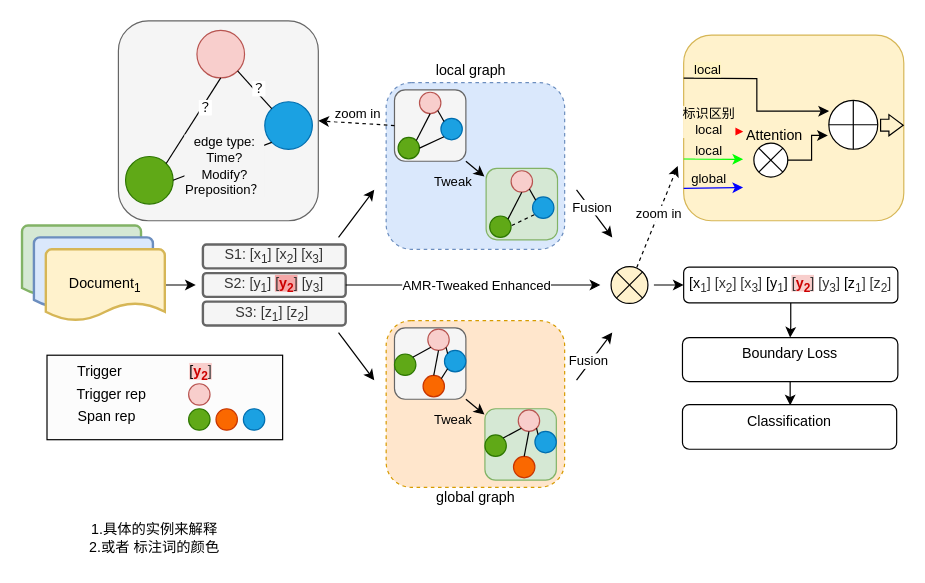
The draw.io diagram model-modify.drawio in crawlerWPS/drawing, before the edit. Source tidied: cells renumbered, new cells numbered last; positions are measured from the earlier drawing's top-left corner, leaving out a move shared by most shapes. Both pictures are drawn from the tidied source at 119%, with x=0, y=0 at pixel (21, 20).
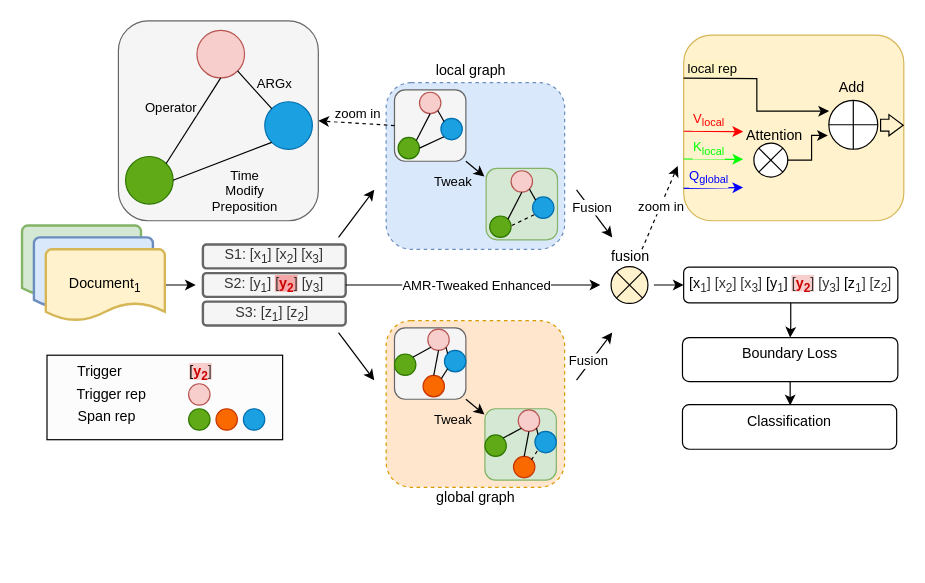
After the change.

Unchanged cells that the change refers to:
```xml
<mxCell id="53" style="endArrow=none;html=1;rounded=0;entryX=0.5;entryY=1;entryDx=0;entryDy=0;exitX=1;exitY=0;exitDx=0;exitDy=0;" parent="1" edge="1" source="52" target="50">
  <mxGeometry relative="1" as="geometry" />
</mxCell>
<mxCell id="55" style="endArrow=none;html=1;rounded=0;entryX=0;entryY=1;entryDx=0;entryDy=0;exitX=1;exitY=0.5;exitDx=0;exitDy=0;" parent="1" edge="1" source="52" target="51">
  <mxGeometry relative="1" as="geometry" />
</mxCell>
<mxCell id="57" style="endArrow=none;html=1;rounded=0;entryX=0;entryY=0;entryDx=0;entryDy=0;exitX=1;exitY=1;exitDx=0;exitDy=0;" parent="1" edge="1" source="50" target="51">
  <mxGeometry relative="1" as="geometry" />
</mxCell>
<mxCell id="82" style="shape=sumEllipse;perimeter=ellipsePerimeter;whiteSpace=wrap;html=1;backgroundOutline=1;fillColor=#fff2cc;strokeColor=#000000;" parent="1" vertex="1">
  <mxGeometry x="495" y="206.5" width="31" height="31" as="geometry" />
</mxCell>
<mxCell id="86" style="endArrow=classic;html=1;rounded=0;strokeColor=#ff0000;" parent="1" edge="1">
  <mxGeometry relative="1" as="geometry">
    <mxPoint x="556" y="92.8" as="sourcePoint" />
    <mxPoint x="606" y="93.1" as="targetPoint" />
  </mxGeometry>
</mxCell>
<mxCell id="88" style="endArrow=classic;html=1;rounded=0;strokeColor=#0000ff;" parent="1" edge="1">
  <mxGeometry relative="1" as="geometry">
    <mxPoint x="556" y="140.8" as="sourcePoint" />
    <mxPoint x="606" y="140.1" as="targetPoint" />
  </mxGeometry>
</mxCell>
<mxCell id="90" style="endArrow=classic;html=1;rounded=0;entryX=0.004;entryY=0.221;entryDx=0;entryDy=0;edgeStyle=orthogonalEdgeStyle;entryPerimeter=0;" parent="1" edge="1" target="93">
  <mxGeometry relative="1" as="geometry">
    <mxPoint x="556" y="48.1" as="sourcePoint" />
  </mxGeometry>
</mxCell>
<mxCell id="94" style="endArrow=classic;html=1;rounded=0;strokeColor=#00ff00;" parent="1" edge="1">
  <mxGeometry relative="1" as="geometry">
    <mxPoint x="556" y="116.1" as="sourcePoint" />
    <mxPoint x="606" y="116.4" as="targetPoint" />
  </mxGeometry>
</mxCell>
```

Diff of the diagram source:
```diff
@@
-    <mxCell id="54" value="？" style="edgeLabel;html=1;align=center;verticalAlign=middle;" parent="53" vertex="1">
-      <mxGeometry x="0.34" y="-2" relative="1" as="geometry" />
+    <mxCell id="54" value="Operator" style="edgeLabel;html=1;align=center;verticalAlign=middle;labelBackgroundColor=#f5f5f5;" parent="53" vertex="1">
+      <mxGeometry x="0.34" y="-2" relative="1" as="geometry">
+        <mxPoint x="-29" as="offset" />
+      </mxGeometry>
     </mxCell>
@@
-    <mxCell id="56" value="edge type:&lt;br&gt;Time?&lt;br&gt;Modify?&lt;br&gt;Preposition？" style="edgeLabel;html=1;align=center;verticalAlign=middle;labelBackgroundColor=#f5f5f5;" parent="55" vertex="1">
+    <mxCell id="56" value="Time&lt;br&gt;Modify&lt;br&gt;Preposition" style="edgeLabel;html=1;align=center;verticalAlign=middle;labelBackgroundColor=#f5f5f5;" parent="55" vertex="1">
       <mxGeometry x="0.38" y="-2" relative="1" as="geometry">
-        <mxPoint x="-15" y="8" as="offset" />
+        <mxPoint x="2" y="29" as="offset" />
       </mxGeometry>
     </mxCell>
@@
-    <mxCell id="58" value="？" style="edgeLabel;html=1;align=center;verticalAlign=middle;" parent="57" vertex="1">
-      <mxGeometry x="0.05" y="3" relative="1" as="geometry" />
+    <mxCell id="58" value="ARGx" style="edgeLabel;html=1;align=center;verticalAlign=middle;labelBackgroundColor=#f5f5f5;" parent="57" vertex="1">
+      <mxGeometry x="0.05" y="3" relative="1" as="geometry">
+        <mxPoint x="13" y="-4" as="offset" />
+      </mxGeometry>
     </mxCell>
@@
     <mxCell id="77" value="Span rep" style="text;html=1;strokeColor=none;fillColor=none;align=center;verticalAlign=middle;whiteSpace=wrap;rounded=0;" parent="1" vertex="1">
-      <mxGeometry x="30.5" y="318" width="81" height="30" as="geometry" />
+      <mxGeometry x="30.5" y="321" width="81" height="24" as="geometry" />
     </mxCell>
@@
-    <mxCell id="83" style="endArrow=classic;html=1;rounded=0;dashed=1;exitX=0.696;exitY=0.025;exitDx=0;exitDy=0;exitPerimeter=0;" parent="1" edge="1" source="82">
+    <mxCell id="83" style="endArrow=classic;html=1;rounded=0;dashed=1;" parent="1" edge="1">
       <mxGeometry relative="1" as="geometry">
+        <mxPoint x="521" y="192" as="sourcePoint" />
         <mxPoint x="551" y="122" as="targetPoint" />
       </mxGeometry>
     </mxCell>
@@
-    <mxCell id="87" value="标识区别&lt;br&gt;local" style="edgeLabel;html=1;align=center;verticalAlign=middle;labelBackgroundColor=#fff2cc;" parent="86" vertex="1">
+    <mxCell id="87" value="&lt;font color=&quot;#ff0000&quot;&gt;V&lt;sub&gt;local&lt;/sub&gt;&lt;/font&gt;" style="edgeLabel;html=1;align=center;verticalAlign=middle;labelBackgroundColor=#fff2cc;" parent="86" vertex="1">
       <mxGeometry x="-0.38" y="1" relative="1" as="geometry">
-        <mxPoint x="4" y="-7" as="offset" />
+        <mxPoint x="4" y="-8" as="offset" />
       </mxGeometry>
     </mxCell>
@@
-    <mxCell id="89" value="global" style="edgeLabel;html=1;align=center;verticalAlign=middle;labelBackgroundColor=#fff2cc;" parent="88" vertex="1">
+    <mxCell id="89" value="&lt;font color=&quot;#0000ff&quot;&gt;Q&lt;sub&gt;global&lt;/sub&gt;&lt;/font&gt;" style="edgeLabel;html=1;align=center;verticalAlign=middle;labelBackgroundColor=#fff2cc;" parent="88" vertex="1">
       <mxGeometry x="-0.32" y="1" relative="1" as="geometry">
-        <mxPoint x="4" y="-7" as="offset" />
+        <mxPoint x="4" y="-8" as="offset" />
       </mxGeometry>
     </mxCell>
@@
-    <mxCell id="91" value="local" style="edgeLabel;html=1;align=center;verticalAlign=middle;labelBackgroundColor=#FFF4C3;" parent="90" vertex="1">
+    <mxCell id="91" value="local rep" style="edgeLabel;html=1;align=center;verticalAlign=middle;labelBackgroundColor=#FFF4C3;" parent="90" vertex="1">
       <mxGeometry x="-0.43" relative="1" as="geometry">
-        <mxPoint x="-23" y="-8" as="offset" />
+        <mxPoint x="-19" y="-9" as="offset" />
       </mxGeometry>
     </mxCell>
@@
-    <mxCell id="95" value="local" style="edgeLabel;html=1;align=center;verticalAlign=middle;labelBackgroundColor=#fff2cc;" parent="94" vertex="1">
+    <mxCell id="95" value="&lt;font color=&quot;#00ff00&quot;&gt;K&lt;sub style=&quot;&quot;&gt;local&lt;/sub&gt;&lt;/font&gt;" style="edgeLabel;html=1;align=center;verticalAlign=middle;labelBackgroundColor=#fff2cc;" parent="94" vertex="1">
       <mxGeometry x="-0.38" y="1" relative="1" as="geometry">
-        <mxPoint x="4" y="-7" as="offset" />
+        <mxPoint x="4" y="-8" as="offset" />
       </mxGeometry>
     </mxCell>
@@
-    <mxCell id="100" value="1.具体的实例来解释&lt;br&gt;2.或者 标注词的颜色" style="text;html=1;align=center;verticalAlign=middle;strokeColor=none;fillColor=none;" parent="1" vertex="1">
-      <mxGeometry x="46" y="415" width="130" height="40" as="geometry" />
-    </mxCell>
+    <mxCell id="101" value="fusion" style="text;html=1;align=center;verticalAlign=middle;strokeColor=none;fillColor=none;" parent="1" vertex="1">
+      <mxGeometry x="480.5" y="183" width="60" height="30" as="geometry" />
+    </mxCell>
+    <mxCell id="102" value="Add" style="text;html=1;align=center;verticalAlign=middle;strokeColor=none;fillColor=none;" parent="1" vertex="1">
+      <mxGeometry x="677" y="41" width="40" height="30" as="geometry" />
+    </mxCell>
+    <mxCell id="103" style="endArrow=none;html=1;rounded=0;entryX=0;entryY=1;entryDx=0;entryDy=0;exitX=1;exitY=0;exitDx=0;exitDy=0;dashed=1;" parent="1" edge="1">
+      <mxGeometry relative="1" as="geometry">
+        <mxPoint x="428" y="369" as="sourcePoint" />
+        <mxPoint x="434" y="360" as="targetPoint" />
+      </mxGeometry>
+    </mxCell>
```
